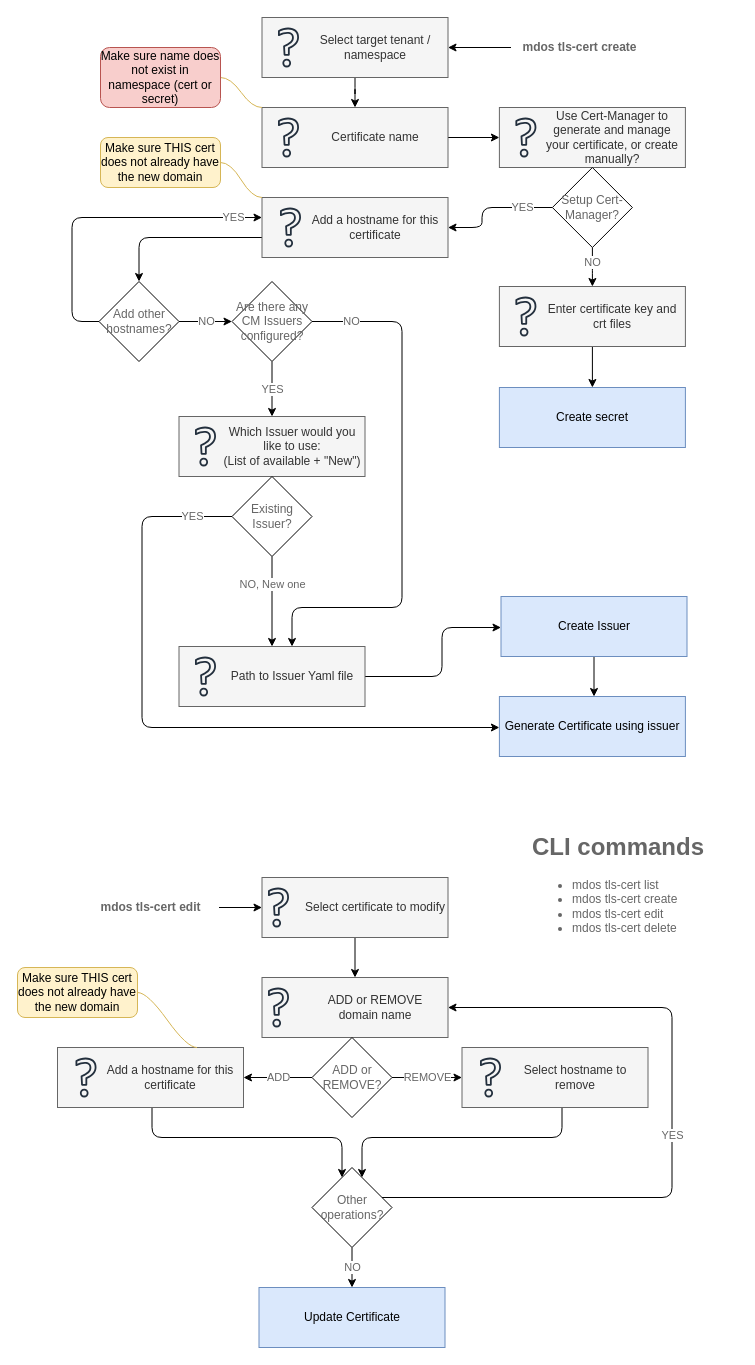
The draw.io diagram page "Cert management" (7 of 8) of mdos-docs/draw.io/architecture.drawio in mdundek/mdos, before the edit. Source tidied: cells renumbered, new cells numbered last; positions are measured from the earlier drawing's top-left corner, leaving out a move shared by most shapes. Both pictures are drawn from the tidied source at 100%, with x=0, y=0 at pixel (17, 17).
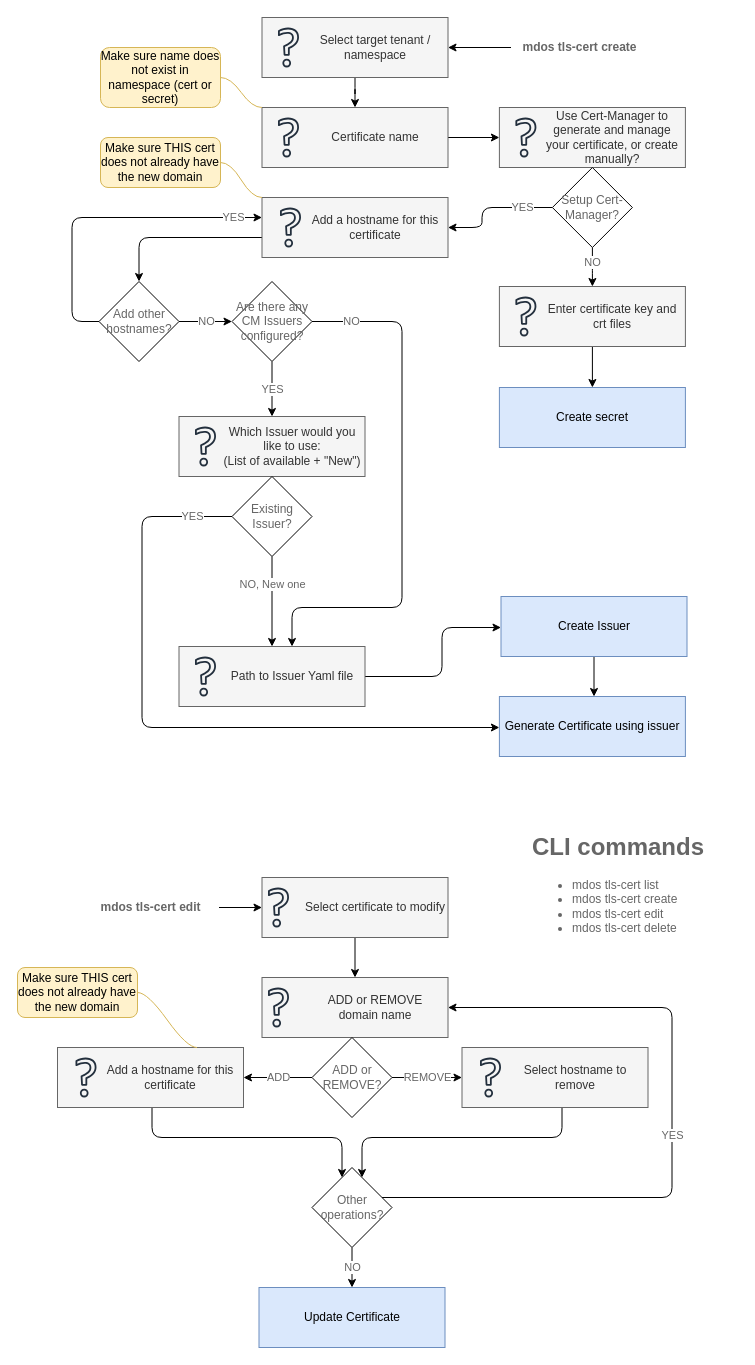
Above is the later version.

Diff of the diagram source:
```diff
@@
-    <mxCell id="59" value="Make sure name does not exist in namespace (cert or secret)" style="rounded=1;whiteSpace=wrap;html=1;strokeWidth=1;fillColor=#f8cecc;spacing=1;strokeColor=#b85450;" parent="1" vertex="1">
+    <mxCell id="59" value="Make sure name does not exist in namespace (cert or secret)" style="rounded=1;whiteSpace=wrap;html=1;strokeWidth=1;fillColor=#fff2cc;spacing=1;strokeColor=#d6b656;" parent="1" vertex="1">
       <mxGeometry x="83" y="30" width="120" height="60" as="geometry" />
     </mxCell>
```
